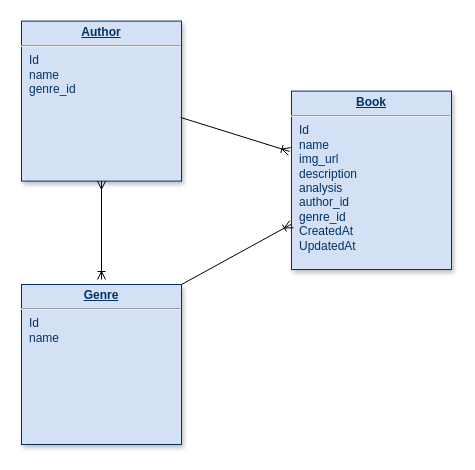
Above: site/ERD Diagram Robison Portfolio.drawio in robisonJohn/coursera-test (draw.io), before the change. Source tidied: cells renumbered, new cells numbered last; positions are measured from the earlier drawing's top-left corner, leaving out a move shared by most shapes. Both pictures are drawn from the tidied source at 100%, with x=0, y=0 at pixel (21, 21).
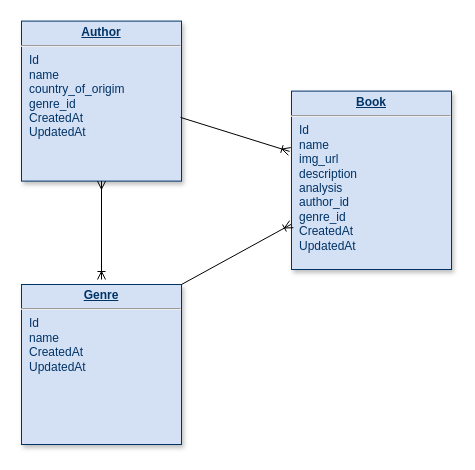
The same diagram, later.

Diff of the diagram source:
```diff
@@
 <mxGraphModel>
   <root>
     <mxCell id="0" />
     <mxCell id="1" parent="0" />
     <mxCell id="2" value="&lt;p style=&quot;margin: 0px ; margin-top: 4px ; text-align: center ; text-decoration: underline&quot;&gt;&lt;b&gt;Book&lt;/b&gt;&lt;/p&gt;&lt;hr&gt;&lt;p style=&quot;margin: 0px ; margin-left: 8px&quot;&gt;Id&lt;br&gt;name&lt;/p&gt;&lt;p style=&quot;margin: 0px ; margin-left: 8px&quot;&gt;img_url&lt;/p&gt;&lt;p style=&quot;margin: 0px ; margin-left: 8px&quot;&gt;description&lt;/p&gt;&lt;p style=&quot;margin: 0px ; margin-left: 8px&quot;&gt;analysis&lt;/p&gt;&lt;p style=&quot;margin: 0px ; margin-left: 8px&quot;&gt;author_id&lt;/p&gt;&lt;p style=&quot;margin: 0px ; margin-left: 8px&quot;&gt;genre_id&lt;/p&gt;&lt;p style=&quot;margin: 0px ; margin-left: 8px&quot;&gt;CreatedAt&lt;/p&gt;&lt;p style=&quot;margin: 0px ; margin-left: 8px&quot;&gt;UpdatedAt&lt;/p&gt;&lt;p style=&quot;margin: 0px ; margin-left: 8px&quot;&gt;&lt;br&gt;&lt;/p&gt;" style="verticalAlign=top;align=left;overflow=fill;fontSize=12;fontFamily=Helvetica;html=1;strokeColor=#003366;shadow=1;fillColor=#D4E1F5;fontColor=#003366;" parent="1" vertex="1">
       <mxGeometry x="270" y="69.6" width="160" height="178.4" as="geometry" />
     </mxCell>
-    <mxCell id="3" value="&lt;p style=&quot;margin: 0px ; margin-top: 4px ; text-align: center ; text-decoration: underline&quot;&gt;&lt;b&gt;Genre&lt;/b&gt;&lt;/p&gt;&lt;hr&gt;&lt;p style=&quot;margin: 0px ; margin-left: 8px&quot;&gt;Id&lt;/p&gt;&lt;p style=&quot;margin: 0px ; margin-left: 8px&quot;&gt;name&lt;/p&gt;&lt;p style=&quot;margin: 0px ; margin-left: 8px&quot;&gt;&lt;br&gt;&lt;/p&gt;" style="verticalAlign=top;align=left;overflow=fill;fontSize=12;fontFamily=Helvetica;html=1;strokeColor=#003366;shadow=1;fillColor=#D4E1F5;fontColor=#003366;" parent="1" vertex="1">
+    <mxCell id="3" value="&lt;p style=&quot;margin: 0px ; margin-top: 4px ; text-align: center ; text-decoration: underline&quot;&gt;&lt;b&gt;Genre&lt;/b&gt;&lt;/p&gt;&lt;hr&gt;&lt;p style=&quot;margin: 0px ; margin-left: 8px&quot;&gt;Id&lt;/p&gt;&lt;p style=&quot;margin: 0px ; margin-left: 8px&quot;&gt;name&lt;/p&gt;&lt;p style=&quot;margin: 0px ; margin-left: 8px&quot;&gt;CreatedAt&lt;/p&gt;&lt;p style=&quot;margin: 0px ; margin-left: 8px&quot;&gt;UpdatedAt&lt;/p&gt;&lt;p style=&quot;margin: 0px ; margin-left: 8px&quot;&gt;&lt;br&gt;&lt;/p&gt;" style="verticalAlign=top;align=left;overflow=fill;fontSize=12;fontFamily=Helvetica;html=1;strokeColor=#003366;shadow=1;fillColor=#D4E1F5;fontColor=#003366;" parent="1" vertex="1">
       <mxGeometry y="263" width="160" height="160" as="geometry" />
     </mxCell>
-    <mxCell id="4" value="&lt;p style=&quot;margin: 0px ; margin-top: 4px ; text-align: center ; text-decoration: underline&quot;&gt;&lt;b&gt;Author&lt;/b&gt;&lt;/p&gt;&lt;hr&gt;&lt;p style=&quot;margin: 0px ; margin-left: 8px&quot;&gt;Id&lt;/p&gt;&lt;p style=&quot;margin: 0px ; margin-left: 8px&quot;&gt;name&lt;/p&gt;&lt;p style=&quot;margin: 0px ; margin-left: 8px&quot;&gt;genre_id&lt;/p&gt;" style="verticalAlign=top;align=left;overflow=fill;fontSize=12;fontFamily=Helvetica;html=1;strokeColor=#003366;shadow=1;fillColor=#D4E1F5;fontColor=#003366;" parent="1" vertex="1">
+    <mxCell id="4" value="&lt;p style=&quot;margin: 0px ; margin-top: 4px ; text-align: center ; text-decoration: underline&quot;&gt;&lt;b&gt;Author&lt;/b&gt;&lt;/p&gt;&lt;hr&gt;&lt;p style=&quot;margin: 0px ; margin-left: 8px&quot;&gt;Id&lt;/p&gt;&lt;p style=&quot;margin: 0px ; margin-left: 8px&quot;&gt;name&lt;/p&gt;&lt;p style=&quot;margin: 0px ; margin-left: 8px&quot;&gt;country_of_origim&lt;/p&gt;&lt;p style=&quot;margin: 0px ; margin-left: 8px&quot;&gt;genre_id&lt;/p&gt;&lt;p style=&quot;margin: 0px ; margin-left: 8px&quot;&gt;CreatedAt&lt;/p&gt;&lt;p style=&quot;margin: 0px ; margin-left: 8px&quot;&gt;UpdatedAt&lt;/p&gt;" style="verticalAlign=top;align=left;overflow=fill;fontSize=12;fontFamily=Helvetica;html=1;strokeColor=#003366;shadow=1;fillColor=#D4E1F5;fontColor=#003366;" parent="1" vertex="1">
       <mxGeometry y="-0.4" width="160" height="160" as="geometry" />
     </mxCell>
     <mxCell id="5" style="endArrow=ERmany;html=1;entryX=0.5;entryY=1;entryDx=0;entryDy=0;endFill=0;startArrow=ERoneToMany;startFill=0;" parent="1" edge="1" target="4">
       <mxGeometry relative="1" as="geometry">
         <mxPoint x="80" y="258" as="sourcePoint" />
       </mxGeometry>
     </mxCell>
     <mxCell id="6" style="endArrow=ERoneToMany;html=1;entryX=-0.012;entryY=0.338;entryDx=0;entryDy=0;exitX=0.994;exitY=0.602;exitDx=0;exitDy=0;exitPerimeter=0;entryPerimeter=0;endFill=0;" parent="1" edge="1" source="4" target="2">
       <mxGeometry relative="1" as="geometry" />
     </mxCell>
     <mxCell id="7" style="endArrow=ERoneToMany;html=1;exitX=1;exitY=0;exitDx=0;exitDy=0;endFill=0;" parent="1" edge="1" source="3" target="2">
       <mxGeometry relative="1" as="geometry" />
     </mxCell>
   </root>
 </mxGraphModel>
```
